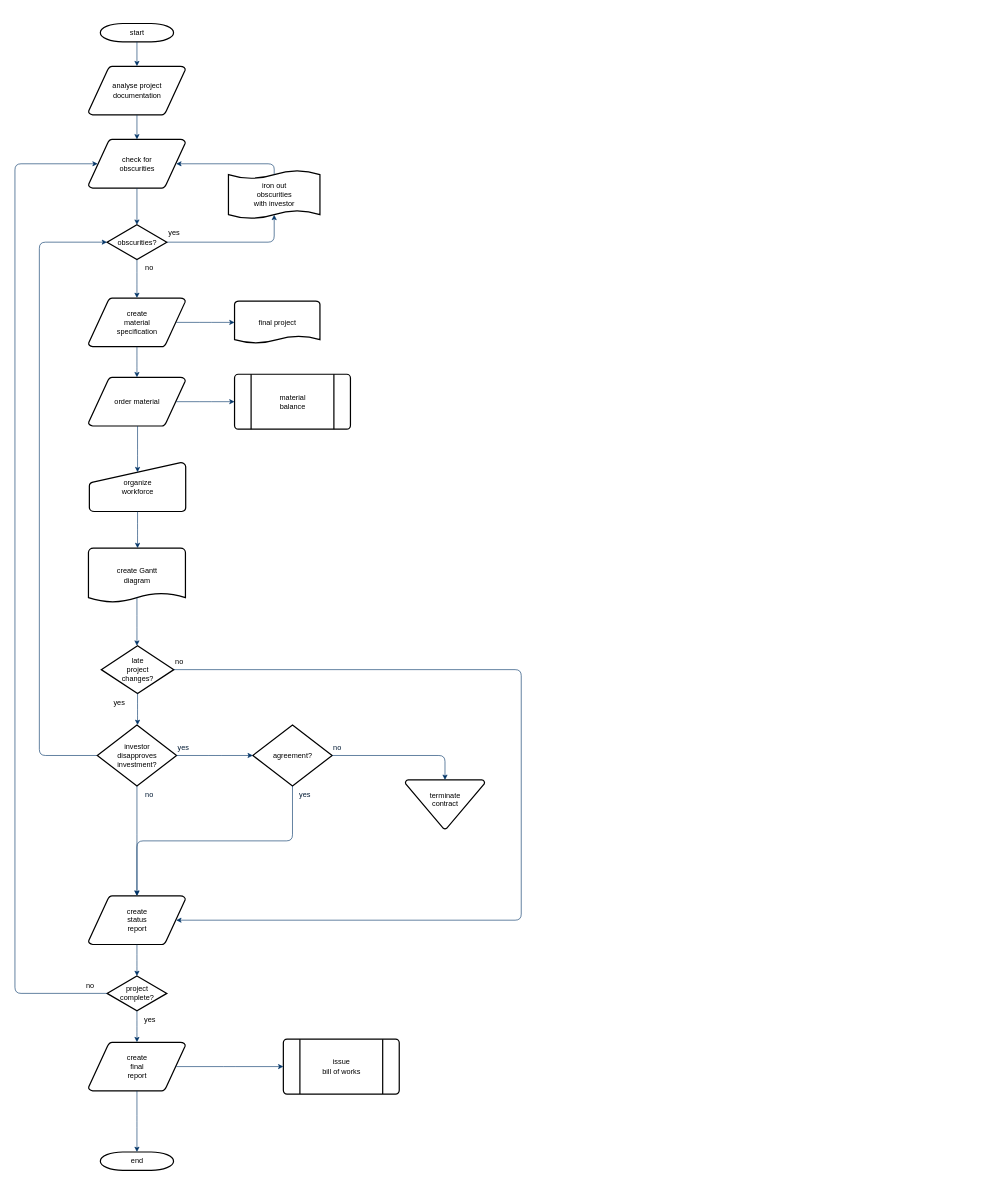
This is 登录.drawio from lei1314lei/Docs-ToolotsWebsite, a draw.io file, before an edit. Source tidied: cells renumbered, new cells numbered last; positions are measured from the earlier drawing's top-left corner, leaving out a move shared by most shapes. Both pictures are drawn from the tidied source at 61%, with x=0, y=0 at pixel (15, 23).
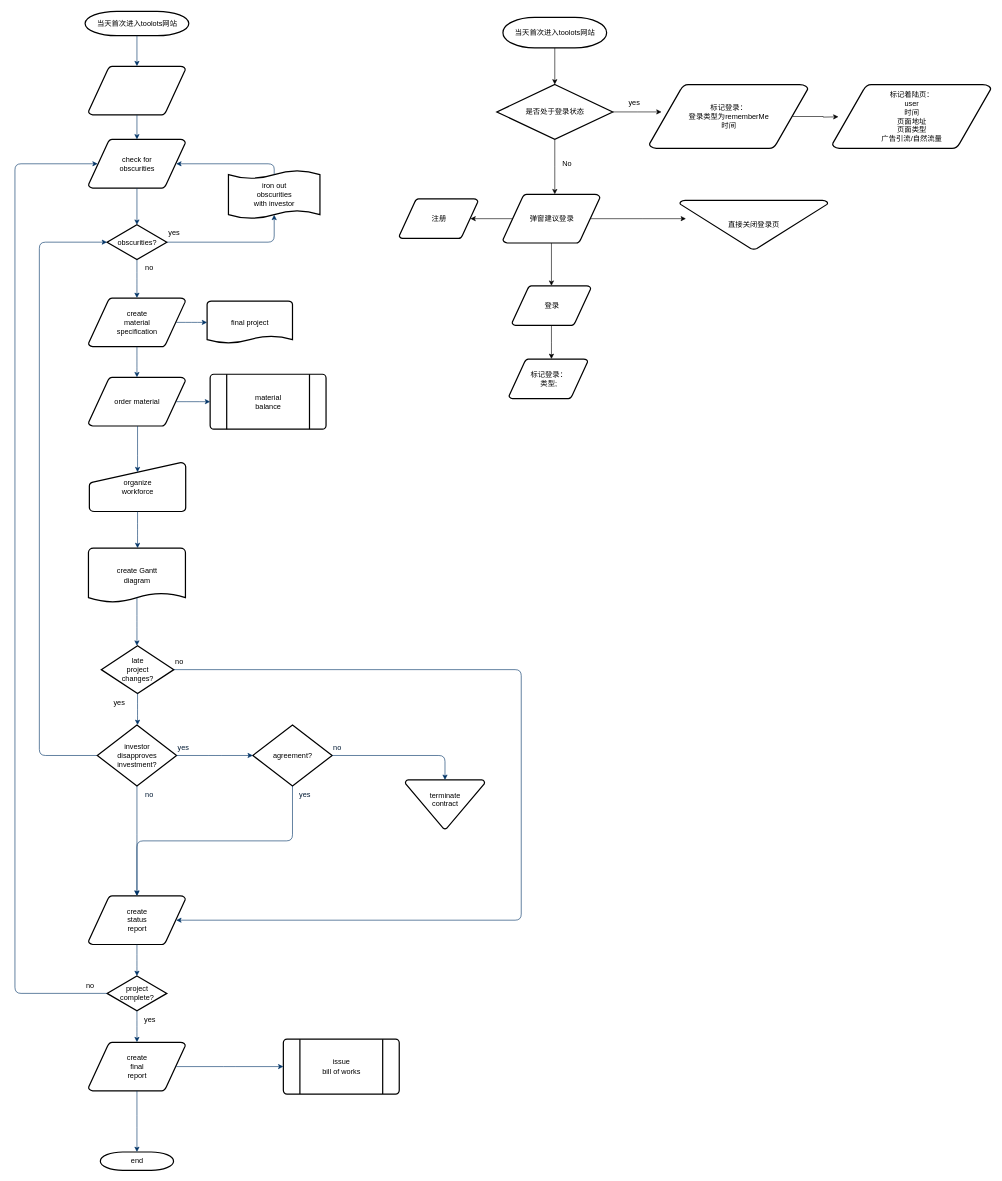
Above is the later version.

Diff of the diagram source:
```diff
@@
-    <mxCell id="2" value="start" style="shape=mxgraph.flowchart.terminator;strokeWidth=2;gradientColor=none;gradientDirection=north;fontStyle=0;html=1;" parent="1" vertex="1">
-      <mxGeometry x="140" width="120" height="30" as="geometry" />
+    <mxCell id="2" value="当天首次进入toolots网站" style="shape=mxgraph.flowchart.terminator;strokeWidth=2;gradientColor=none;gradientDirection=north;fontStyle=0;html=1;" parent="1" vertex="1">
+      <mxGeometry x="115" y="-20" width="170" height="40" as="geometry" />
     </mxCell>
-    <mxCell id="3" value="analyse project&#10; documentation" style="shape=mxgraph.flowchart.data;strokeWidth=2;gradientColor=none;gradientDirection=north;fontStyle=0;html=1;" parent="1" vertex="1">
+    <mxCell id="3" style="shape=mxgraph.flowchart.data;strokeWidth=2;gradientColor=none;gradientDirection=north;fontStyle=0;html=1;" parent="1" vertex="1">
       <mxGeometry x="120.5" y="70" width="159" height="80" as="geometry" />
     </mxCell>
@@
     <mxCell id="15" value="final project" style="shape=mxgraph.flowchart.document;strokeWidth=2;gradientColor=none;gradientDirection=north;fontStyle=0;html=1;" parent="1" vertex="1">
-      <mxGeometry x="360" y="455" width="140" height="70" as="geometry" />
+      <mxGeometry x="315" y="455" width="140" height="70" as="geometry" />
     </mxCell>
@@
     <mxCell id="18" value="material&#10;balance" style="shape=mxgraph.flowchart.predefined_process;strokeWidth=2;gradientColor=none;gradientDirection=north;fontStyle=0;html=1;" parent="1" vertex="1">
-      <mxGeometry x="360" y="575" width="190" height="90" as="geometry" />
+      <mxGeometry x="320" y="575" width="190" height="90" as="geometry" />
     </mxCell>
@@
+    <mxCell id="56" style="edgeStyle=orthogonalEdgeStyle;rounded=0;jettySize=auto;html=1;entryX=0.5;entryY=0;entryDx=0;entryDy=0;entryPerimeter=0;" parent="1" edge="1" source="57" target="60">
+      <mxGeometry relative="1" as="geometry" />
+    </mxCell>
+    <mxCell id="57" value="当天首次进入toolots网站" style="shape=mxgraph.flowchart.terminator;strokeWidth=2;gradientColor=none;gradientDirection=north;fontStyle=0;html=1;" parent="1" vertex="1">
+      <mxGeometry x="800" y="-10" width="170" height="50" as="geometry" />
+    </mxCell>
+    <mxCell id="58" style="edgeStyle=orthogonalEdgeStyle;rounded=0;jettySize=auto;html=1;" parent="1" edge="1" source="60">
+      <mxGeometry relative="1" as="geometry">
+        <mxPoint x="885" y="280" as="targetPoint" />
+      </mxGeometry>
+    </mxCell>
+    <mxCell id="59" style="edgeStyle=orthogonalEdgeStyle;rounded=0;jettySize=auto;html=1;" parent="1" edge="1" source="60">
+      <mxGeometry relative="1" as="geometry">
+        <mxPoint x="1060" y="145" as="targetPoint" />
+      </mxGeometry>
+    </mxCell>
+    <mxCell id="60" value="是否处于登录状态" style="shape=mxgraph.flowchart.decision;strokeWidth=2;gradientColor=none;gradientDirection=north;fontStyle=0;html=1;" parent="1" vertex="1">
+      <mxGeometry x="790" y="100" width="190" height="90" as="geometry" />
+    </mxCell>
+    <mxCell id="61" value="No" style="text;html=1;align=center;verticalAlign=middle;strokeColor=none;fillColor=none;" parent="1" vertex="1">
+      <mxGeometry x="890" y="220" width="30" height="20" as="geometry" />
+    </mxCell>
+    <mxCell id="62" value="yes" style="text;html=1;align=center;verticalAlign=middle;strokeColor=none;fillColor=none;" parent="1" vertex="1">
+      <mxGeometry x="1000" y="120" width="30" height="20" as="geometry" />
+    </mxCell>
+    <mxCell id="63" style="edgeStyle=orthogonalEdgeStyle;rounded=0;jettySize=auto;html=1;exitX=0.905;exitY=0.5;exitDx=0;exitDy=0;exitPerimeter=0;" parent="1" edge="1" source="64">
+      <mxGeometry relative="1" as="geometry">
+        <mxPoint x="1350" y="153" as="targetPoint" />
+      </mxGeometry>
+    </mxCell>
+    <mxCell id="64" value="标记登录：&lt;br&gt;登录类型为rememberMe&lt;br&gt;时间" style="shape=mxgraph.flowchart.data;strokeWidth=2;gradientColor=none;gradientDirection=north;fontStyle=0;html=1;" parent="1" vertex="1">
+      <mxGeometry x="1040" y="100" width="260" height="105" as="geometry" />
+    </mxCell>
+    <mxCell id="65" value="标记着陆页：&lt;br&gt;user&lt;br&gt;时间&lt;br&gt;页面地址&lt;br&gt;页面类型&lt;br&gt;广告引流/自然流量" style="shape=mxgraph.flowchart.data;strokeWidth=2;gradientColor=none;gradientDirection=north;fontStyle=0;html=1;" parent="1" vertex="1">
+      <mxGeometry x="1340" y="100" width="260" height="105" as="geometry" />
+    </mxCell>
+    <mxCell id="66" style="edgeStyle=orthogonalEdgeStyle;rounded=0;jettySize=auto;html=1;exitX=0.905;exitY=0.5;exitDx=0;exitDy=0;exitPerimeter=0;" parent="1" edge="1" source="69">
+      <mxGeometry relative="1" as="geometry">
+        <mxPoint x="1100" y="320" as="targetPoint" />
+      </mxGeometry>
+    </mxCell>
+    <mxCell id="67" style="edgeStyle=orthogonalEdgeStyle;rounded=0;jettySize=auto;html=1;exitX=0.095;exitY=0.5;exitDx=0;exitDy=0;exitPerimeter=0;entryX=0.905;entryY=0.5;entryDx=0;entryDy=0;entryPerimeter=0;" parent="1" edge="1" source="69" target="73">
+      <mxGeometry relative="1" as="geometry" />
+    </mxCell>
+    <mxCell id="68" style="edgeStyle=orthogonalEdgeStyle;rounded=0;jettySize=auto;html=1;entryX=0.5;entryY=0;entryDx=0;entryDy=0;entryPerimeter=0;" parent="1" edge="1" source="69" target="71">
+      <mxGeometry relative="1" as="geometry" />
+    </mxCell>
+    <mxCell id="69" value="弹窗建议登录" style="shape=mxgraph.flowchart.data;strokeWidth=2;gradientColor=none;gradientDirection=north;fontStyle=0;html=1;" parent="1" vertex="1">
+      <mxGeometry x="800" y="280" width="159" height="80" as="geometry" />
+    </mxCell>
+    <mxCell id="70" style="edgeStyle=orthogonalEdgeStyle;rounded=0;jettySize=auto;html=1;" parent="1" edge="1" source="71">
+      <mxGeometry relative="1" as="geometry">
+        <mxPoint x="879.5" y="550" as="targetPoint" />
+      </mxGeometry>
+    </mxCell>
+    <mxCell id="71" value="登录" style="shape=mxgraph.flowchart.data;strokeWidth=2;gradientColor=none;gradientDirection=north;fontStyle=0;html=1;" parent="1" vertex="1">
+      <mxGeometry x="815" y="430" width="129" height="65" as="geometry" />
+    </mxCell>
+    <mxCell id="72" value="直接关闭登录页" style="shape=mxgraph.flowchart.merge_or_storage;strokeWidth=2;gradientColor=none;gradientDirection=north;fontStyle=0;html=1;" parent="1" vertex="1">
+      <mxGeometry x="1090" y="290" width="242.5" height="80" as="geometry" />
+    </mxCell>
+    <mxCell id="73" value="注册" style="shape=mxgraph.flowchart.data;strokeWidth=2;gradientColor=none;gradientDirection=north;fontStyle=0;html=1;" parent="1" vertex="1">
+      <mxGeometry x="630" y="287.5" width="129" height="65" as="geometry" />
+    </mxCell>
+    <mxCell id="74" value="标记登录：&lt;br&gt;类型;" style="shape=mxgraph.flowchart.data;strokeWidth=2;gradientColor=none;gradientDirection=north;fontStyle=0;html=1;" parent="1" vertex="1">
+      <mxGeometry x="810" y="550" width="129" height="65" as="geometry" />
+    </mxCell>
```
